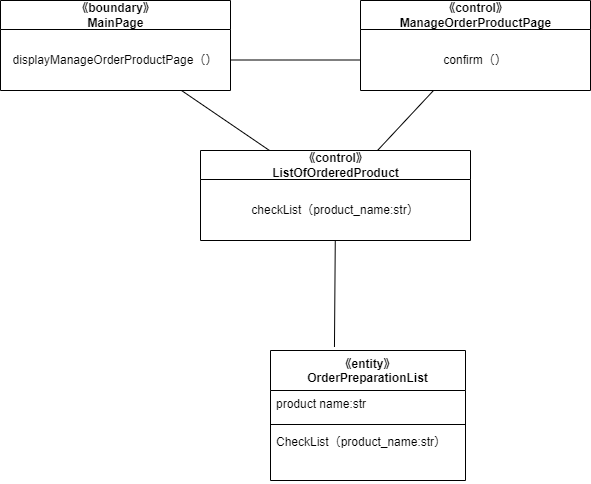
MasakiHiguchi/--- keeps this draw.io diagram as psp4/設計モデルのクラス/設計モデルクラス図_発注仕込み.drawio.png. Above is the earlier version. Source tidied: cells renumbered, new cells last; positions are measured from the earlier drawing's top-left corner, leaving out a move shared by most shapes.
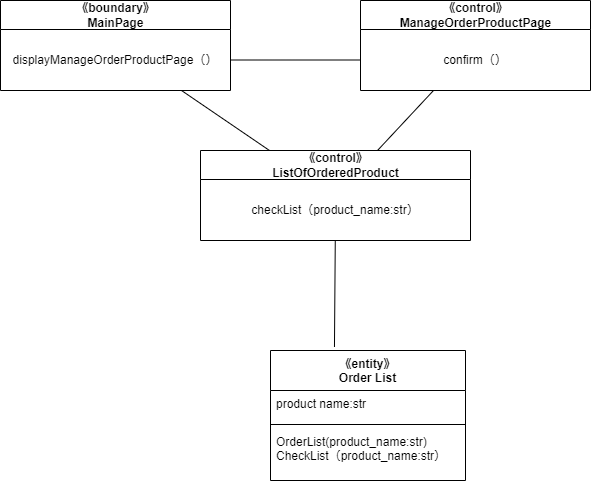
Above is the later version.

Diff of the diagram source:
```diff
@@ -29,7 +29,7 @@
     <mxCell id="10" style="edgeStyle=none;html=1;entryX=0;entryY=0.5;entryDx=0;entryDy=0;endArrow=none;endFill=0;" parent="1" edge="1" source="6" target="9">
       <mxGeometry relative="1" as="geometry" />
     </mxCell>
-    <mxCell id="11" value="《entity》&#10;OrderPreparationList" style="swimlane;fontStyle=1;align=center;verticalAlign=top;horizontal=1;startSize=40;" parent="1" vertex="1">
+    <mxCell id="11" value="《entity》&#10;Order List" style="swimlane;fontStyle=1;align=center;verticalAlign=top;horizontal=1;startSize=40;" parent="1" vertex="1">
       <mxGeometry x="270" y="350" width="195" height="130" as="geometry" />
     </mxCell>
     <mxCell id="12" value="product name:str" style="text;strokeColor=none;fillColor=none;align=left;verticalAlign=top;spacingLeft=4;spacingRight=4;overflow=hidden;" parent="11" vertex="1">
@@ -38,7 +38,7 @@
     <mxCell id="13" style="line;strokeWidth=1;fillColor=none;align=left;verticalAlign=middle;spacingTop=-1;spacingLeft=3;spacingRight=3;labelPosition=right;strokeColor=inherit;" parent="11" vertex="1">
       <mxGeometry y="70" width="195" height="8" as="geometry" />
     </mxCell>
-    <mxCell id="14" value="CheckList（product_name:str）" style="text;strokeColor=none;fillColor=none;align=left;verticalAlign=top;spacingLeft=4;spacingRight=4;overflow=hidden;" parent="11" vertex="1">
+    <mxCell id="14" value="OrderList(product_name:str)&#10;CheckList（product_name:str）" style="text;strokeColor=none;fillColor=none;align=left;verticalAlign=top;spacingLeft=4;spacingRight=4;overflow=hidden;" parent="11" vertex="1">
       <mxGeometry y="78" width="195" height="52" as="geometry" />
     </mxCell>
     <mxCell id="15" style="edgeStyle=none;html=1;entryX=0.328;entryY=-0.027;entryDx=0;entryDy=0;entryPerimeter=0;endArrow=none;endFill=0;" parent="1" edge="1" source="3" target="11">
```
